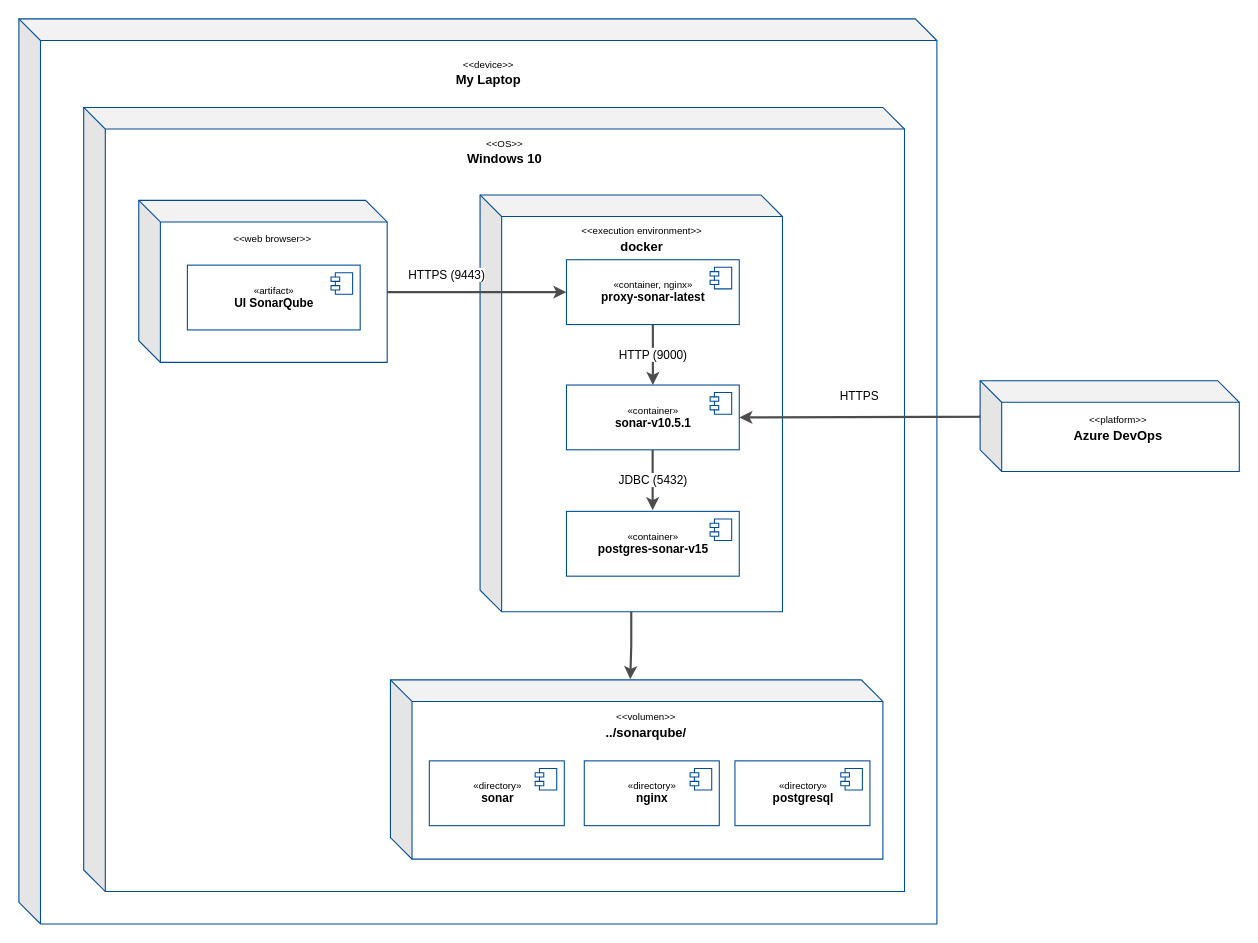
Earlier version of the draw.io diagram page "SonarQube DF" (2 of 2) of doc/components-diagram.drawio (rahozindracompany/sonarqube). Source tidied: cells renumbered, new cells numbered last; positions are measured from the earlier drawing's top-left corner, leaving out a move shared by most shapes. Both pictures are drawn from the tidied source at 108%, with x=0, y=0 at pixel (18, 18).
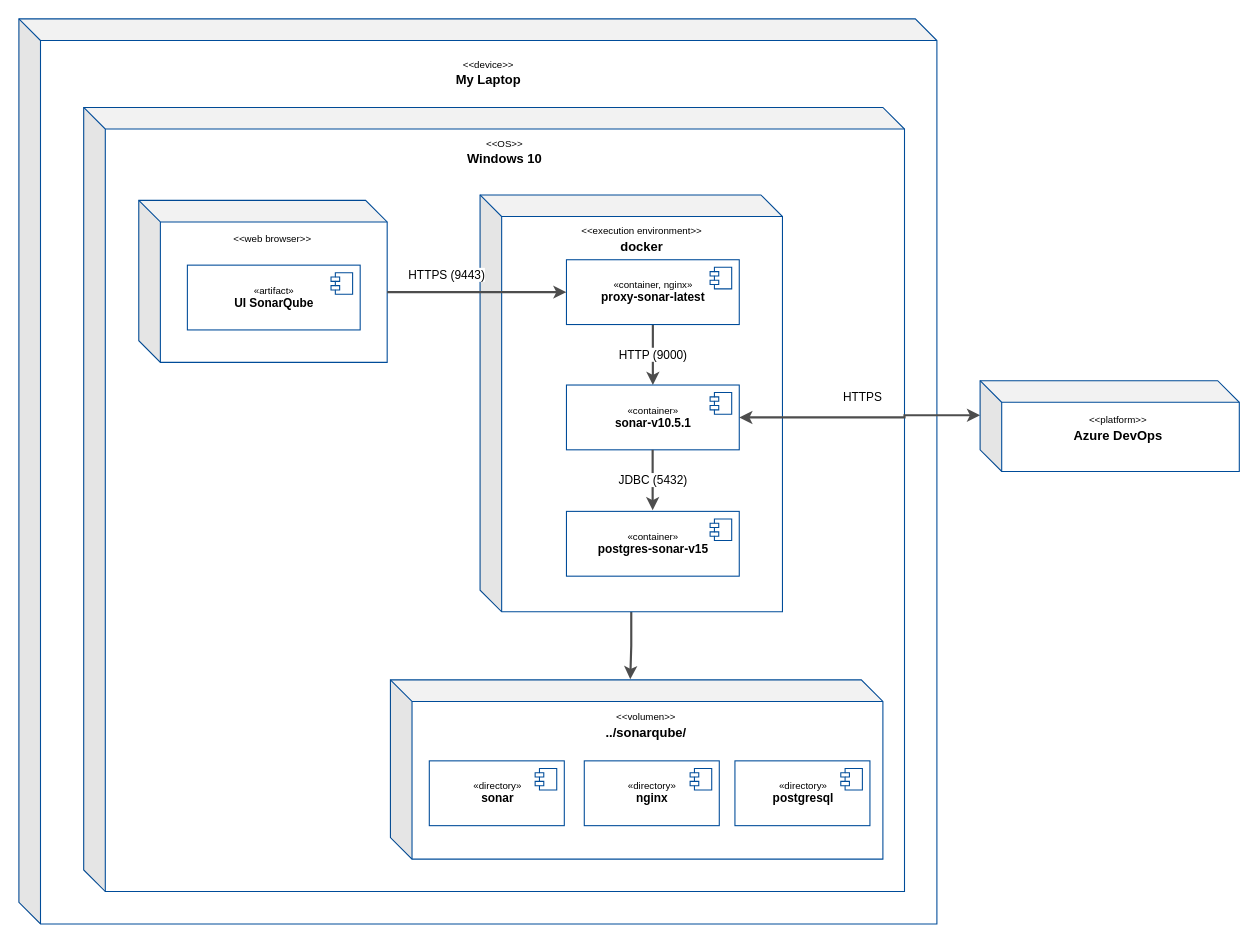
The same page after the edit.

The change refers to these unchanged cells:
```xml
<mxCell id="12" value="«container»&lt;br&gt;&lt;span style=&quot;font-size: 11px&quot;&gt;&lt;b&gt;sonar-v10.5.1&lt;/b&gt;&lt;/span&gt;" style="html=1;fontSize=9;fontColor=#000000;strokeColor=#004C99;" parent="1" vertex="1">
  <mxGeometry x="507" y="339" width="160" height="60" as="geometry" />
</mxCell>
<mxCell id="34" style="shape=cube;whiteSpace=wrap;html=1;boundedLbl=1;backgroundOutline=1;darkOpacity=0.05;darkOpacity2=0.1;fontColor=#000000;strokeColor=#004C99;" parent="33" vertex="1">
  <mxGeometry y="6" width="240" height="84" as="geometry" />
</mxCell>
```

What changed in the source:
```diff
@@
-    <mxCell id="26" style="edgeStyle=orthogonalEdgeStyle;rounded=0;jettySize=auto;html=1;fontSize=11;fontColor=#000000;strokeColor=#4D4D4D;strokeWidth=2;exitX=0;exitY=0;exitDx=0;exitDy=32;entryX=1;entryY=0.5;entryDx=0;entryDy=0;exitPerimeter=0;" parent="1" edge="1" source="34" target="12">
+    <mxCell id="26" style="edgeStyle=orthogonalEdgeStyle;rounded=0;jettySize=auto;html=1;fontSize=11;fontColor=#000000;strokeColor=#4D4D4D;strokeWidth=2;entryX=1;entryY=0.5;entryDx=0;entryDy=0;startArrow=classic;startFill=1;" parent="1" edge="1" target="12">
       <mxGeometry relative="1" as="geometry">
+        <mxPoint x="890" y="367" as="sourcePoint" />
         <Array as="points">
-          <mxPoint x="1000" y="368" />
-          <mxPoint x="980" y="368" />
+          <mxPoint x="820" y="367" />
+          <mxPoint x="820" y="369" />
         </Array>
       </mxGeometry>
     </mxCell>
     <mxCell id="27" value="HTTPS" style="edgeLabel;html=1;align=center;verticalAlign=middle;fontSize=11;fontColor=#000000;" parent="26" vertex="1">
       <mxGeometry x="0.21" y="3" relative="1" as="geometry">
-        <mxPoint x="-65" y="-23" as="offset" />
+        <mxPoint x="24" y="-23" as="offset" />
       </mxGeometry>
     </mxCell>
```
